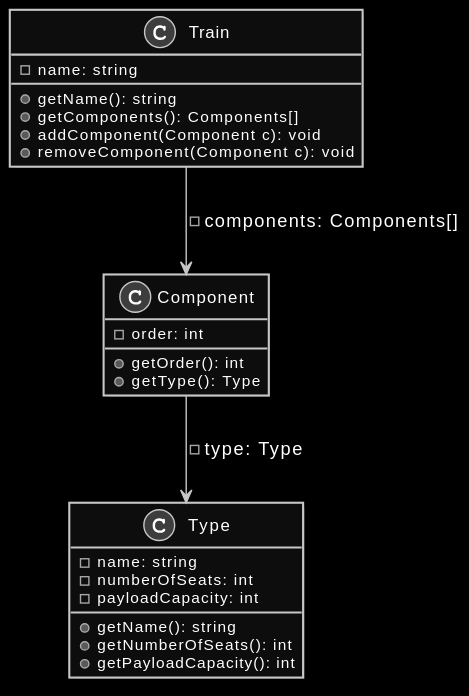
LSVH/hbo-ict-pafr-rich-rail keeps this PlantUML diagram as docs/assets/simpel-klassendiagram.svg. Above is the earlier version.
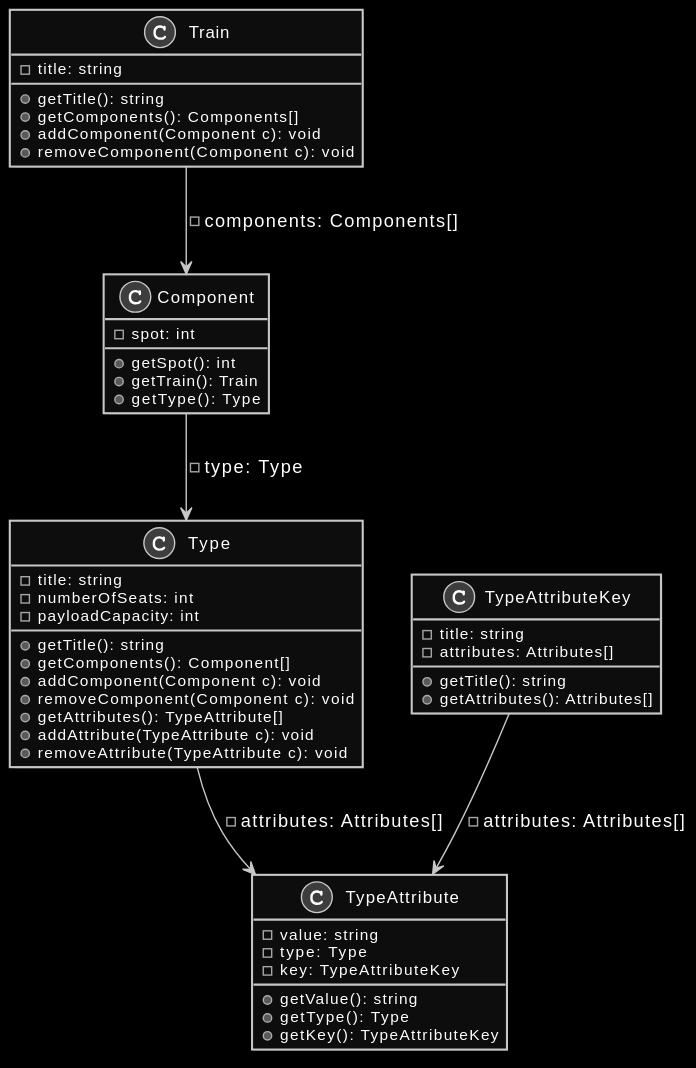
The same diagram one commit later.

Diff of the diagram source:
```diff
@@ -2,28 +2,51 @@
 skinparam monochrome reverse
 
 class Train {
-  - name: string
-  + getName(): string
+  - title: string
+  + getTitle(): string
   + getComponents(): Components[]
   + addComponent(Component c): void
   + removeComponent(Component c): void
 }
 
 class Type {
-  - name: string
+  - title: string
   - numberOfSeats: int
   - payloadCapacity: int
-  + getName(): string
-  + getNumberOfSeats(): int
-  + getPayloadCapacity(): int
+  + getTitle(): string
+  + getComponents(): Component[]
+  + addComponent(Component c): void
+  + removeComponent(Component c): void
+  + getAttributes(): TypeAttribute[]
+  + addAttribute(TypeAttribute c): void
+  + removeAttribute(TypeAttribute c): void
+}
+
+class TypeAttribute {
+  - value: string
+  - type: Type
+  - key: TypeAttributeKey
+  + getValue(): string
+  + getType(): Type
+  + getKey(): TypeAttributeKey
+}
+
+class TypeAttributeKey {
+  - title: string
+  - attributes: Attributes[]
+  + getTitle(): string
+  + getAttributes(): Attributes[]
 }
 
 class Component {
-  - order: int
-  + getOrder(): int
+  - spot: int
+  + getSpot(): int
+  + getTrain(): Train
   + getType(): Type
 }
 
 Train --> Component: - components: Components[]
 Component --> Type: - type: Type
+Type --> TypeAttribute: - attributes: Attributes[]
+TypeAttributeKey --> TypeAttribute: - attributes: Attributes[]
 @enduml
```
